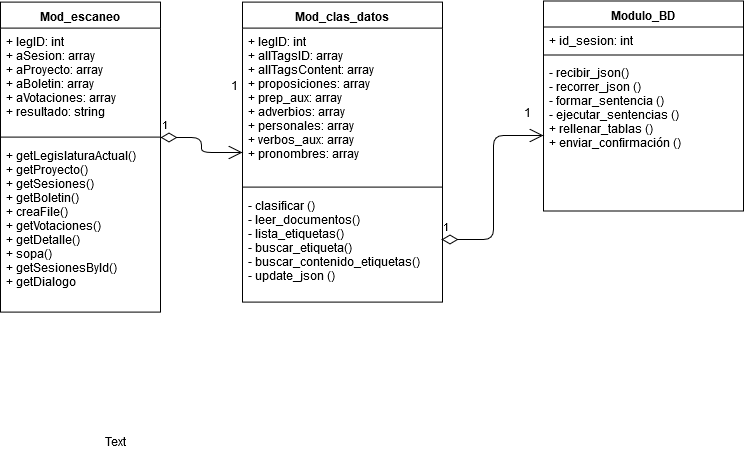
Above: Diagramas/Diagrama UML de clases.png in Eithilgan/Proyecto-ACDD (draw.io), before the change. Source tidied: cells renumbered, new cells last; positions are measured from the earlier drawing's top-left corner, leaving out a move shared by most shapes.
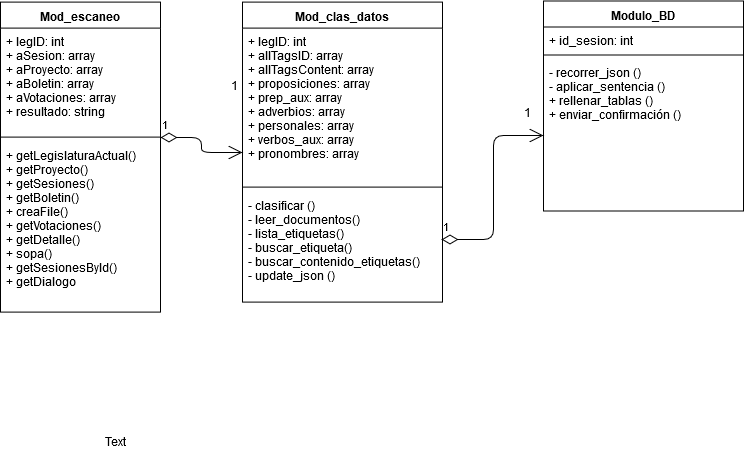
After the commit.

Commit message:
Actualizacion Diagrama De clases

The edit, as a diff of the source:
```diff
@@ -35,7 +35,7 @@
     <mxCell id="12" style="line;strokeWidth=1;fillColor=none;align=left;verticalAlign=middle;spacingTop=-1;spacingLeft=3;spacingRight=3;labelPosition=right;" parent="10" vertex="1">
       <mxGeometry y="50" width="200" height="8" as="geometry" />
     </mxCell>
-    <mxCell id="13" value="- recibir_json()&#10;- recorrer_json ()&#10;- formar_sentencia ()&#10;- ejecutar_sentencias ()&#10;+ rellenar_tablas ()&#10;+ enviar_confirmación ()&#10;&#10;" style="text;strokeColor=none;fillColor=none;align=left;verticalAlign=top;spacingLeft=4;spacingRight=4;overflow=hidden;points=[[0,0.5],[1,0.5]];portConstraint=eastwest;" parent="10" vertex="1">
+    <mxCell id="13" value="- recorrer_json ()&#10;- aplicar_sentencia ()&#10;+ rellenar_tablas ()&#10;+ enviar_confirmación ()&#10;&#10;" style="text;strokeColor=none;fillColor=none;align=left;verticalAlign=top;spacingLeft=4;spacingRight=4;overflow=hidden;points=[[0,0.5],[1,0.5]];portConstraint=eastwest;" parent="10" vertex="1">
       <mxGeometry y="58" width="200" height="152" as="geometry" />
     </mxCell>
     <mxCell id="14" value="1" style="endArrow=open;html=1;endSize=12;startArrow=diamondThin;startSize=14;startFill=0;edgeStyle=orthogonalEdgeStyle;align=left;verticalAlign=bottom;" parent="1" edge="1" source="4" target="6">
```
